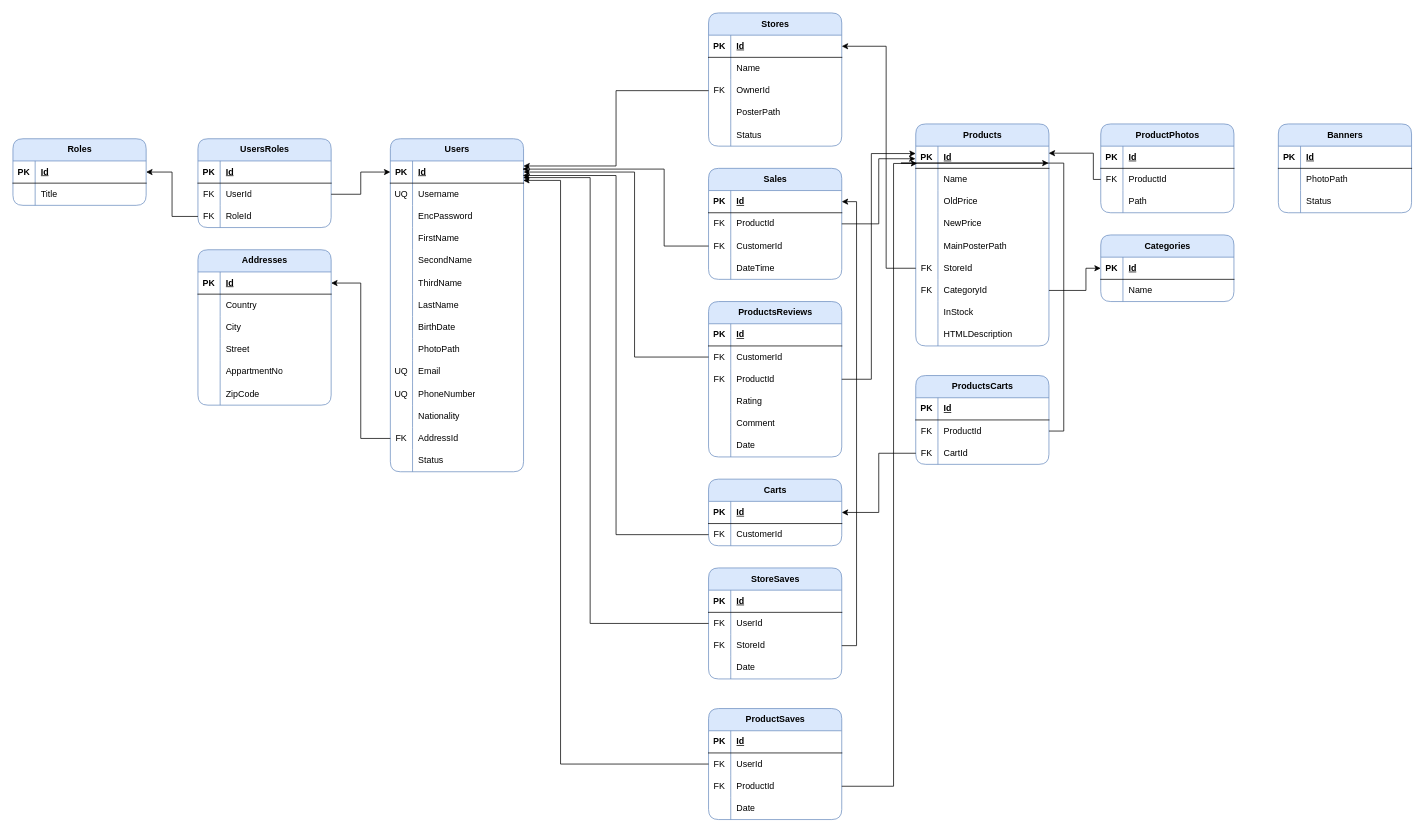
This is MaShops/attachments/db_scheme.drawio from masalah-tech/MaShops, a draw.io file, before an edit. Source tidied: cells renumbered, new cells numbered last; positions are measured from the earlier drawing's top-left corner, leaving out a move shared by most shapes. Both pictures are drawn from the tidied source at 74%, with x=0, y=0 at pixel (13, 13).
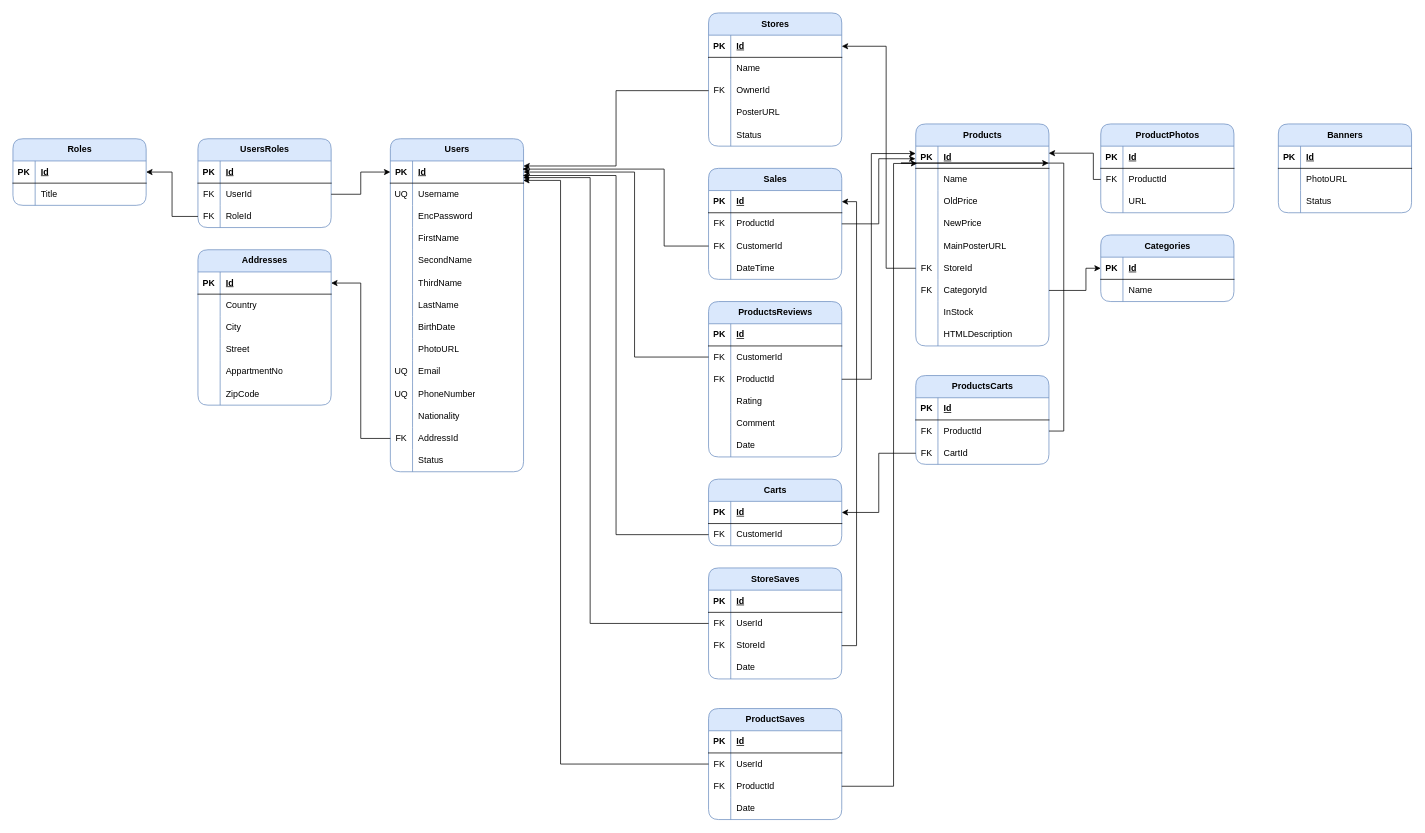
The same diagram, later.

The change refers to these unchanged cells:
```xml
<mxCell id="12" style="shape=tableRow;horizontal=0;startSize=0;swimlaneHead=0;swimlaneBody=0;fillColor=none;top=0;left=0;right=0;bottom=0;" parent="2" vertex="1">
  <mxGeometry y="120" width="180" height="30" as="geometry" />
</mxCell>
<mxCell id="31" style="shape=tableRow;horizontal=0;startSize=0;swimlaneHead=0;swimlaneBody=0;fillColor=none;top=0;left=0;right=0;bottom=0;" parent="18" vertex="1">
  <mxGeometry y="150" width="180" height="30" as="geometry" />
</mxCell>
<mxCell id="66" style="shape=tableRow;horizontal=0;startSize=0;swimlaneHead=0;swimlaneBody=0;fillColor=none;top=0;left=0;right=0;bottom=0;" parent="59" vertex="1">
  <mxGeometry y="90" width="180" height="30" as="geometry" />
</mxCell>
<mxCell id="185" style="shape=tableRow;horizontal=0;startSize=0;swimlaneHead=0;swimlaneBody=0;fillColor=none;top=0;left=0;right=0;bottom=0;" parent="160" vertex="1">
  <mxGeometry y="270" width="180" height="30" as="geometry" />
</mxCell>
<mxCell id="233" style="shape=tableRow;horizontal=0;startSize=0;swimlaneHead=0;swimlaneBody=0;fillColor=none;top=0;left=0;right=0;bottom=0;" parent="229" vertex="1">
  <mxGeometry y="60" width="180" height="30" as="geometry" />
</mxCell>
```

Change to the diagram source:
```diff
@@
-    <mxCell id="14" value="PosterPath" style="shape=partialRectangle;fillColor=none;top=0;left=0;bottom=0;right=0;align=left;spacingLeft=6;overflow=hidden;whiteSpace=wrap;html=1;" parent="12" vertex="1">
+    <mxCell id="14" value="PosterURL" style="shape=partialRectangle;fillColor=none;top=0;left=0;bottom=0;right=0;align=left;spacingLeft=6;overflow=hidden;whiteSpace=wrap;html=1;" parent="12" vertex="1">
       <mxGeometry x="30" width="150" height="30" as="geometry" />
     </mxCell>
@@
-    <mxCell id="33" value="MainPosterPath" style="shape=partialRectangle;fillColor=none;top=0;left=0;bottom=0;right=0;align=left;spacingLeft=6;overflow=hidden;whiteSpace=wrap;html=1;" parent="31" vertex="1">
+    <mxCell id="33" value="MainPosterURL" style="shape=partialRectangle;fillColor=none;top=0;left=0;bottom=0;right=0;align=left;spacingLeft=6;overflow=hidden;whiteSpace=wrap;html=1;" parent="31" vertex="1">
       <mxGeometry x="30" width="150" height="30" as="geometry" />
     </mxCell>
@@
-    <mxCell id="68" value="Path" style="shape=partialRectangle;fillColor=none;top=0;left=0;bottom=0;right=0;align=left;spacingLeft=6;overflow=hidden;whiteSpace=wrap;html=1;" parent="66" vertex="1">
+    <mxCell id="68" value="URL" style="shape=partialRectangle;fillColor=none;top=0;left=0;bottom=0;right=0;align=left;spacingLeft=6;overflow=hidden;whiteSpace=wrap;html=1;" parent="66" vertex="1">
       <mxGeometry x="30" width="150" height="30" as="geometry" />
     </mxCell>
@@
-    <mxCell id="187" value="PhotoPath" style="shape=partialRectangle;fillColor=none;top=0;left=0;bottom=0;right=0;align=left;spacingLeft=6;overflow=hidden;whiteSpace=wrap;html=1;" parent="185" vertex="1">
+    <mxCell id="187" value="PhotoURL" style="shape=partialRectangle;fillColor=none;top=0;left=0;bottom=0;right=0;align=left;spacingLeft=6;overflow=hidden;whiteSpace=wrap;html=1;" parent="185" vertex="1">
       <mxGeometry x="30" width="150" height="30" as="geometry" />
     </mxCell>
@@
-    <mxCell id="235" value="PhotoPath" style="shape=partialRectangle;fillColor=none;top=0;left=0;bottom=0;right=0;align=left;spacingLeft=6;overflow=hidden;whiteSpace=wrap;html=1;" parent="233" vertex="1">
+    <mxCell id="235" value="PhotoURL" style="shape=partialRectangle;fillColor=none;top=0;left=0;bottom=0;right=0;align=left;spacingLeft=6;overflow=hidden;whiteSpace=wrap;html=1;" parent="233" vertex="1">
       <mxGeometry x="30" width="150" height="30" as="geometry" />
     </mxCell>
```
